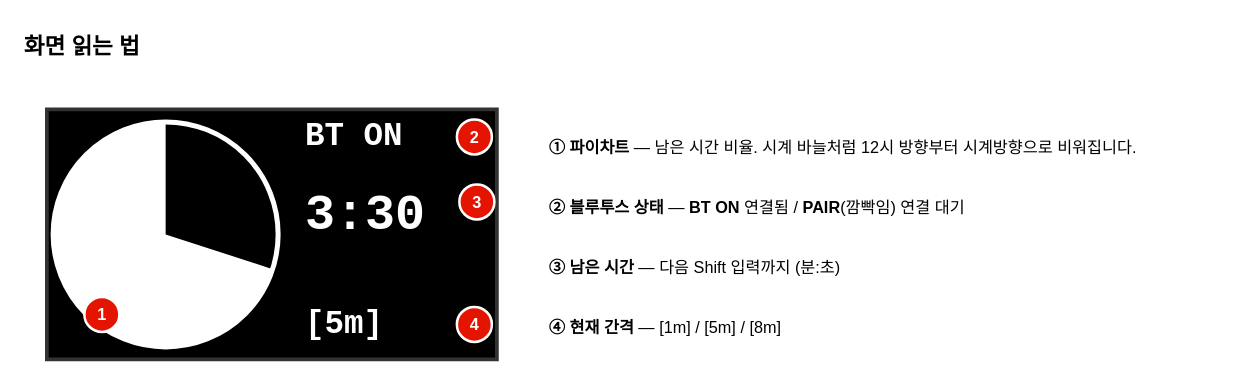
Earlier version of the draw.io diagram docs/diagrams/screen-guide.drawio (elllight/pccaffeine_kbd). Source tidied: cells renumbered, new cells numbered last; positions are measured from the earlier drawing's top-left corner, leaving out a move shared by most shapes. Both pictures are drawn from the tidied source at 125%, with x=0, y=0 at pixel (21, 21).
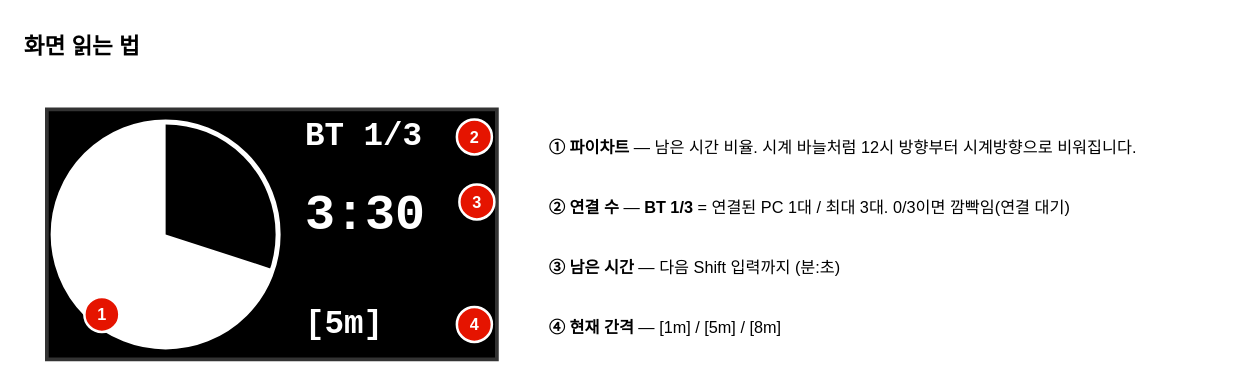
Above is the later version.

What changed in the source:
```diff
@@
 <mxGraphModel background="#ffffff">
   <root>
     <mxCell id="0" />
     <mxCell id="1" parent="0" />
     <mxCell id="2" value="화면 읽는 법" style="text;html=1;align=left;verticalAlign=middle;fontStyle=1;fontFamily=Helvetica;fontSize=13;fontSize=18;" parent="1" vertex="1">
       <mxGeometry width="400" height="40" as="geometry" />
     </mxCell>
     <mxCell id="3" style="rounded=0;html=1;fillColor=#000000;strokeColor=#333333;strokeWidth=3;" parent="1" vertex="1">
       <mxGeometry x="20" y="70" width="360" height="200" as="geometry" />
     </mxCell>
     <mxCell id="4" style="shape=mxgraph.basic.pie;html=1;startAngle=0.3000;endAngle=1;fillColor=#ffffff;strokeColor=none;" parent="1" vertex="1">
       <mxGeometry x="25" y="80" width="180" height="180" as="geometry" />
     </mxCell>
     <mxCell id="5" style="ellipse;html=1;fillColor=none;strokeColor=#ffffff;strokeWidth=4;" parent="1" vertex="1">
       <mxGeometry x="25" y="80" width="180" height="180" as="geometry" />
     </mxCell>
-    <mxCell id="6" value="BT ON" style="text;html=1;align=left;verticalAlign=top;fontFamily=Courier New;fontStyle=1;fontColor=#ffffff;fontSize=26;" parent="1" vertex="1">
+    <mxCell id="6" value="BT 1/3" style="text;html=1;align=left;verticalAlign=top;fontFamily=Courier New;fontStyle=1;fontColor=#ffffff;fontSize=26;" parent="1" vertex="1">
       <mxGeometry x="225" y="70" width="155" height="45" as="geometry" />
     </mxCell>
     <mxCell id="7" value="3:30" style="text;html=1;align=left;verticalAlign=top;fontFamily=Courier New;fontStyle=1;fontColor=#ffffff;fontSize=40;" parent="1" vertex="1">
       <mxGeometry x="225" y="125" width="155" height="75" as="geometry" />
     </mxCell>
     <mxCell id="8" value="[5m]" style="text;html=1;align=left;verticalAlign=top;fontFamily=Courier New;fontStyle=1;fontColor=#ffffff;fontSize=26;" parent="1" vertex="1">
       <mxGeometry x="225" y="220" width="155" height="45" as="geometry" />
     </mxCell>
     <mxCell id="9" value="1" style="ellipse;html=1;fillColor=#e51400;strokeColor=#ffffff;strokeWidth=2;fontColor=#ffffff;fontStyle=1;fontFamily=Helvetica;fontSize=13;" parent="1" vertex="1">
       <mxGeometry x="50" y="220" width="28" height="28" as="geometry" />
     </mxCell>
     <mxCell id="10" value="2" style="ellipse;html=1;fillColor=#e51400;strokeColor=#ffffff;strokeWidth=2;fontColor=#ffffff;fontStyle=1;fontFamily=Helvetica;fontSize=13;" parent="1" vertex="1">
       <mxGeometry x="348" y="78" width="28" height="28" as="geometry" />
     </mxCell>
     <mxCell id="11" value="3" style="ellipse;html=1;fillColor=#e51400;strokeColor=#ffffff;strokeWidth=2;fontColor=#ffffff;fontStyle=1;fontFamily=Helvetica;fontSize=13;" parent="1" vertex="1">
       <mxGeometry x="350" y="130" width="28" height="28" as="geometry" />
     </mxCell>
     <mxCell id="12" value="4" style="ellipse;html=1;fillColor=#e51400;strokeColor=#ffffff;strokeWidth=2;fontColor=#ffffff;fontStyle=1;fontFamily=Helvetica;fontSize=13;" parent="1" vertex="1">
       <mxGeometry x="348" y="228" width="28" height="28" as="geometry" />
     </mxCell>
     <mxCell id="13" value="&lt;b&gt;① 파이차트&lt;/b&gt; — 남은 시간 비율. 시계 바늘처럼 12시 방향부터 시계방향으로 비워집니다." style="text;html=1;align=left;verticalAlign=middle;whiteSpace=wrap;fontFamily=Helvetica;fontSize=13;fontSize=13;" parent="1" vertex="1">
       <mxGeometry x="420" y="80" width="540" height="40" as="geometry" />
     </mxCell>
-    <mxCell id="14" value="&lt;b&gt;② 블루투스 상태&lt;/b&gt; — &lt;b&gt;BT ON&lt;/b&gt; 연결됨 / &lt;b&gt;PAIR&lt;/b&gt;(깜빡임) 연결 대기" style="text;html=1;align=left;verticalAlign=middle;whiteSpace=wrap;fontFamily=Helvetica;fontSize=13;fontSize=13;" parent="1" vertex="1">
+    <mxCell id="14" value="&lt;b&gt;② 연결 수&lt;/b&gt; — &lt;b&gt;BT 1/3&lt;/b&gt; = 연결된 PC 1대 / 최대 3대. 0/3이면 깜빡임(연결 대기)" style="text;html=1;align=left;verticalAlign=middle;whiteSpace=wrap;fontFamily=Helvetica;fontSize=13;fontSize=13;" parent="1" vertex="1">
       <mxGeometry x="420" y="128" width="540" height="40" as="geometry" />
     </mxCell>
     <mxCell id="15" value="&lt;b&gt;③ 남은 시간&lt;/b&gt; — 다음 Shift 입력까지 (분:초)" style="text;html=1;align=left;verticalAlign=middle;whiteSpace=wrap;fontFamily=Helvetica;fontSize=13;fontSize=13;" parent="1" vertex="1">
       <mxGeometry x="420" y="176" width="540" height="40" as="geometry" />
     </mxCell>
     <mxCell id="16" value="&lt;b&gt;④ 현재 간격&lt;/b&gt; — [1m] / [5m] / [8m]" style="text;html=1;align=left;verticalAlign=middle;whiteSpace=wrap;fontFamily=Helvetica;fontSize=13;fontSize=13;" parent="1" vertex="1">
       <mxGeometry x="420" y="224" width="540" height="40" as="geometry" />
     </mxCell>
   </root>
 </mxGraphModel>
```
